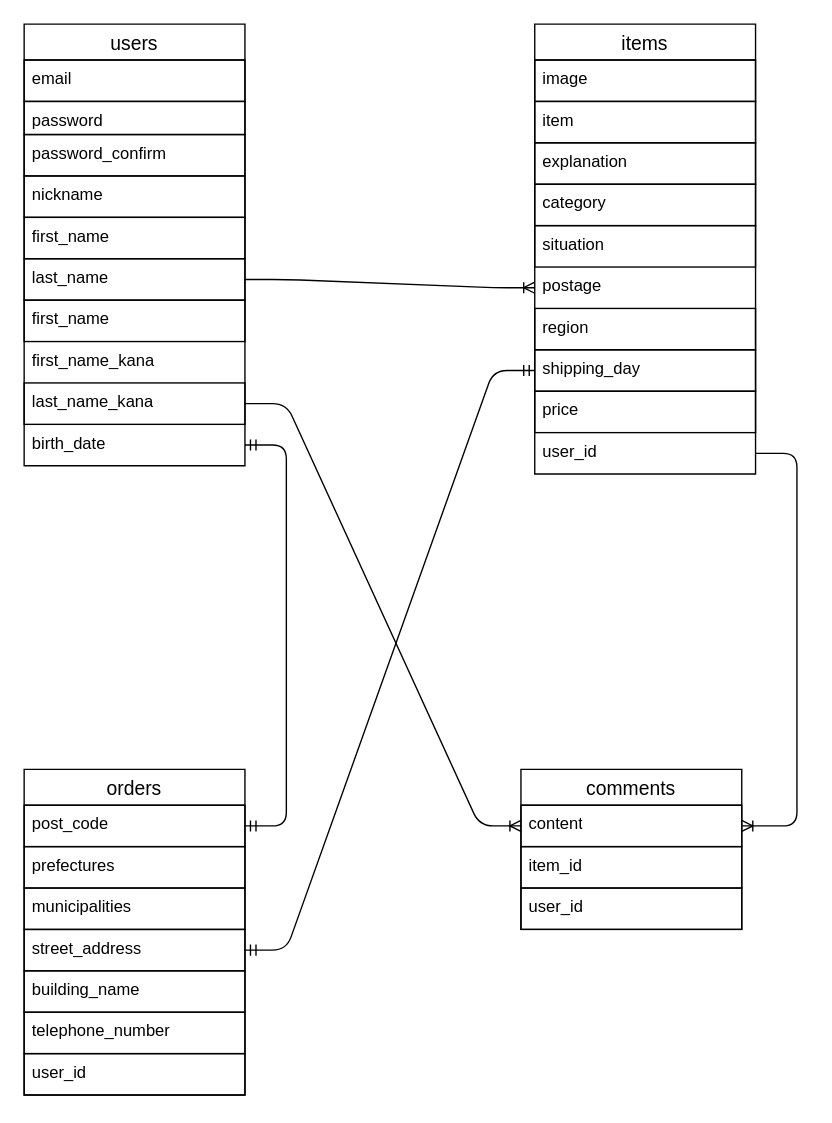
shota-kita/furima-42227 keeps this draw.io diagram as furima.dio. Above is the earlier version. Source tidied: cells renumbered, new cells numbered last; positions are measured from the earlier drawing's top-left corner, leaving out a move shared by most shapes. Both pictures are drawn from the tidied source at 138%, with x=0, y=0 at pixel (23, 23).
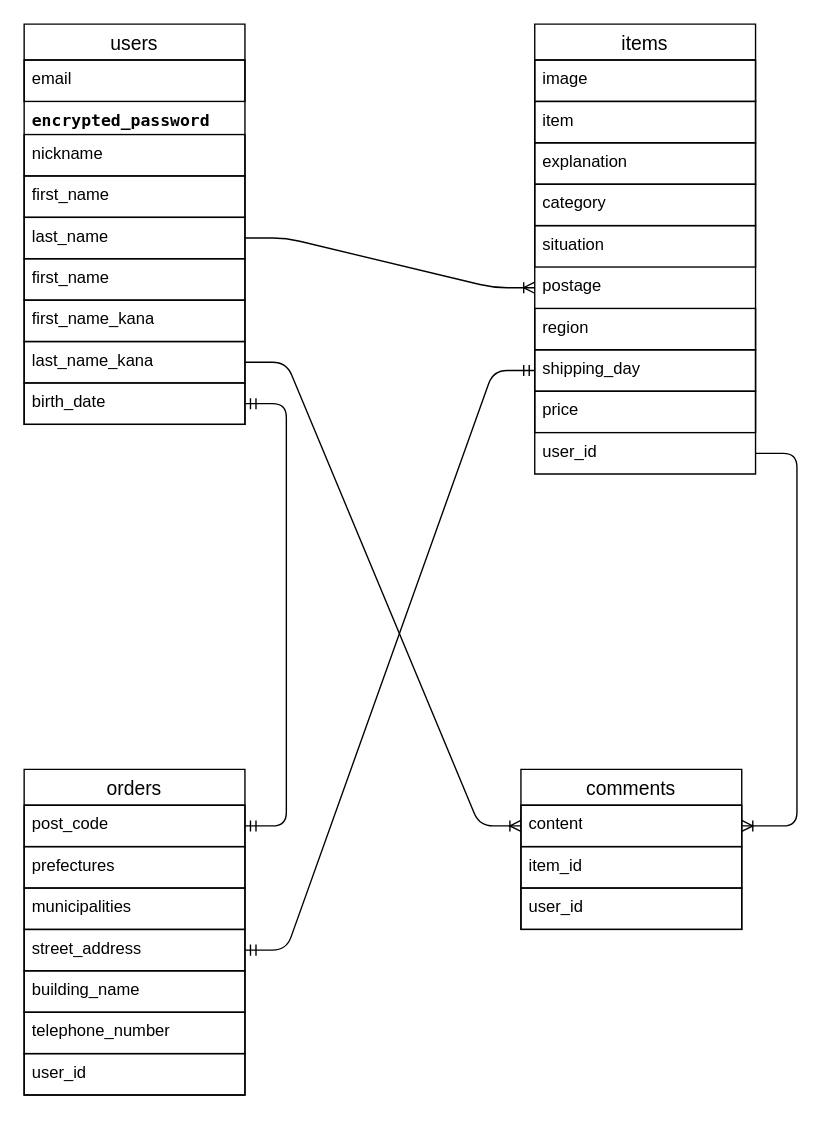
The same diagram, later.

Commit message (it also covers changes not shown here):
カラム名の修正

What changed in the source:
```diff
@@
     <mxCell id="2" value="users" style="swimlane;fontStyle=0;horizontal=1;startSize=26;align=center;fontSize=14;" parent="1" vertex="1">
-      <mxGeometry width="160" height="320" as="geometry" />
+      <mxGeometry width="160" height="290" as="geometry" />
     </mxCell>
-    <mxCell id="3" value="email" style="text;strokeColor=default;fillColor=none;spacingLeft=4;spacingRight=4;overflow=hidden;fontSize=12;whiteSpace=wrap;html=1;" parent="2" vertex="1">
+    <mxCell id="3" value="email" style="text;spacingLeft=4;spacingRight=4;overflow=hidden;fontSize=12;whiteSpace=wrap;html=1;align=left;verticalAlign=top;strokeColor=default;" parent="2" vertex="1">
       <mxGeometry y="26" width="160" height="30" as="geometry" />
     </mxCell>
-    <mxCell id="4" value="password" style="text;strokeColor=default;fillColor=none;spacingLeft=4;spacingRight=4;overflow=hidden;fontSize=12;whiteSpace=wrap;html=1;" parent="2" vertex="1">
+    <mxCell id="4" value="&lt;font face=&quot;Monaspace Neon, ui-monospace, SFMono-Regular, SF Mono, Menlo, Consolas, Liberation Mono, monospace&quot;&gt;&lt;span style=&quot;font-size: 11.9px; white-space-collapse: break-spaces; background-color: light-dark(#ffffff, var(--ge-dark-color, #121212));&quot;&gt;&lt;b style=&quot;&quot;&gt;encrypted_password&lt;/b&gt;&lt;/span&gt;&lt;/font&gt;&lt;div&gt;&lt;font face=&quot;Monaspace Neon, ui-monospace, SFMono-Regular, SF Mono, Menlo, Consolas, Liberation Mono, monospace&quot;&gt;&lt;span style=&quot;font-size: 11.9px; white-space-collapse: break-spaces; background-color: rgba(129, 139, 152, 0.12);&quot;&gt;&lt;b&gt;&lt;br&gt;&lt;/b&gt;&lt;/span&gt;&lt;/font&gt;&lt;/div&gt;" style="text;spacingLeft=4;spacingRight=4;overflow=hidden;fontSize=12;whiteSpace=wrap;html=1;align=left;verticalAlign=top;" parent="2" vertex="1">
       <mxGeometry y="56" width="160" height="24" as="geometry" />
     </mxCell>
-    <mxCell id="5" value="password_confirm" style="text;strokeColor=default;fillColor=none;spacingLeft=4;spacingRight=4;overflow=hidden;fontSize=12;whiteSpace=wrap;html=1;" parent="2" vertex="1">
-      <mxGeometry y="80" width="160" height="30" as="geometry" />
-    </mxCell>
-    <mxCell id="6" value="nickname" style="text;strokeColor=default;fillColor=none;spacingLeft=4;spacingRight=4;overflow=hidden;fontSize=12;whiteSpace=wrap;html=1;" parent="2" vertex="1">
-      <mxGeometry y="110" width="160" height="30" as="geometry" />
+    <mxCell id="6" value="nickname" style="text;spacingLeft=4;spacingRight=4;overflow=hidden;fontSize=12;whiteSpace=wrap;html=1;align=left;verticalAlign=top;strokeColor=default;" parent="2" vertex="1">
+      <mxGeometry y="80" width="160" height="30" as="geometry" />
     </mxCell>
-    <mxCell id="7" value="first_name" style="text;strokeColor=default;fillColor=none;spacingLeft=4;spacingRight=4;overflow=hidden;fontSize=12;whiteSpace=wrap;html=1;" parent="2" vertex="1">
-      <mxGeometry y="140" width="160" height="30" as="geometry" />
+    <mxCell id="7" value="first_name" style="text;spacingLeft=4;spacingRight=4;overflow=hidden;fontSize=12;whiteSpace=wrap;html=1;align=left;verticalAlign=top;strokeColor=default;" parent="2" vertex="1">
+      <mxGeometry y="110" width="160" height="30" as="geometry" />
     </mxCell>
-    <mxCell id="8" value="last_name" style="text;strokeColor=default;fillColor=none;spacingLeft=4;spacingRight=4;overflow=hidden;points=[[0,0.5],[1,0.5]];portConstraint=eastwest;fontSize=12;whiteSpace=wrap;html=1;" parent="2" vertex="1">
-      <mxGeometry y="170" width="160" height="30" as="geometry" />
+    <mxCell id="8" value="last_name" style="text;spacingLeft=4;spacingRight=4;overflow=hidden;points=[[0,0.5],[1,0.5]];portConstraint=eastwest;fontSize=12;whiteSpace=wrap;html=1;align=left;verticalAlign=top;strokeColor=default;" parent="2" vertex="1">
+      <mxGeometry y="140" width="160" height="30" as="geometry" />
     </mxCell>
-    <mxCell id="9" value="first_name" style="text;strokeColor=default;fillColor=none;spacingLeft=4;spacingRight=4;overflow=hidden;fontSize=12;whiteSpace=wrap;html=1;" parent="2" vertex="1">
-      <mxGeometry y="200" width="160" height="30" as="geometry" />
+    <mxCell id="9" value="first_name" style="text;spacingLeft=4;spacingRight=4;overflow=hidden;fontSize=12;whiteSpace=wrap;html=1;align=left;verticalAlign=top;strokeColor=default;" parent="2" vertex="1">
+      <mxGeometry y="170" width="160" height="30" as="geometry" />
     </mxCell>
-    <mxCell id="10" value="first_name_kana" style="text;strokeColor=none;fillColor=none;spacingLeft=4;spacingRight=4;overflow=hidden;fontSize=12;whiteSpace=wrap;html=1;" parent="2" vertex="1">
-      <mxGeometry y="230" width="160" height="30" as="geometry" />
+    <mxCell id="10" value="first_name_kana" style="text;spacingLeft=4;spacingRight=4;overflow=hidden;fontSize=12;whiteSpace=wrap;html=1;align=left;verticalAlign=top;strokeColor=default;" parent="2" vertex="1">
+      <mxGeometry y="200" width="160" height="30" as="geometry" />
     </mxCell>
-    <mxCell id="11" value="last_name_kana" style="text;strokeColor=default;fillColor=none;spacingLeft=4;spacingRight=4;overflow=hidden;points=[[0,0.5],[1,0.5]];portConstraint=eastwest;fontSize=12;whiteSpace=wrap;html=1;" parent="2" vertex="1">
-      <mxGeometry y="260" width="160" height="30" as="geometry" />
+    <mxCell id="11" value="last_name_kana" style="text;spacingLeft=4;spacingRight=4;overflow=hidden;points=[[0,0.5],[1,0.5]];portConstraint=eastwest;fontSize=12;whiteSpace=wrap;html=1;align=left;verticalAlign=top;strokeColor=default;" parent="2" vertex="1">
+      <mxGeometry y="230" width="160" height="30" as="geometry" />
     </mxCell>
-    <mxCell id="12" value="birth_date" style="text;strokeColor=none;fillColor=none;spacingLeft=4;spacingRight=4;overflow=hidden;points=[[0,0.5],[1,0.5]];portConstraint=eastwest;fontSize=12;whiteSpace=wrap;html=1;" parent="2" vertex="1">
-      <mxGeometry y="290" width="160" height="30" as="geometry" />
+    <mxCell id="12" value="birth_date" style="text;spacingLeft=4;spacingRight=4;overflow=hidden;points=[[0,0.5],[1,0.5]];portConstraint=eastwest;fontSize=12;whiteSpace=wrap;html=1;align=left;verticalAlign=top;strokeColor=default;" parent="2" vertex="1">
+      <mxGeometry y="260" width="160" height="30" as="geometry" />
     </mxCell>
```
